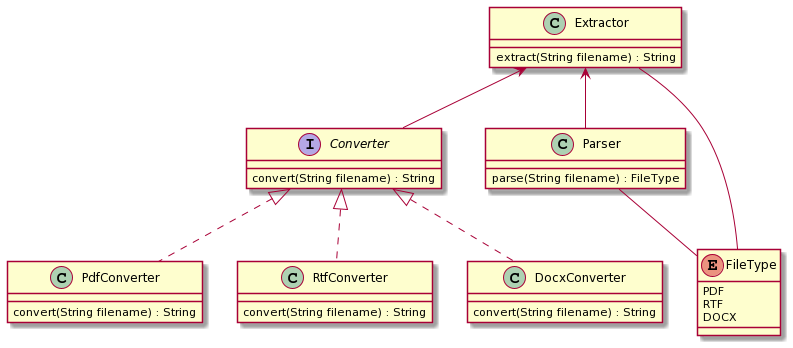
Before: staticUML.png, a diagram exported from PlantUML (sabinadayanova/text-extractor).
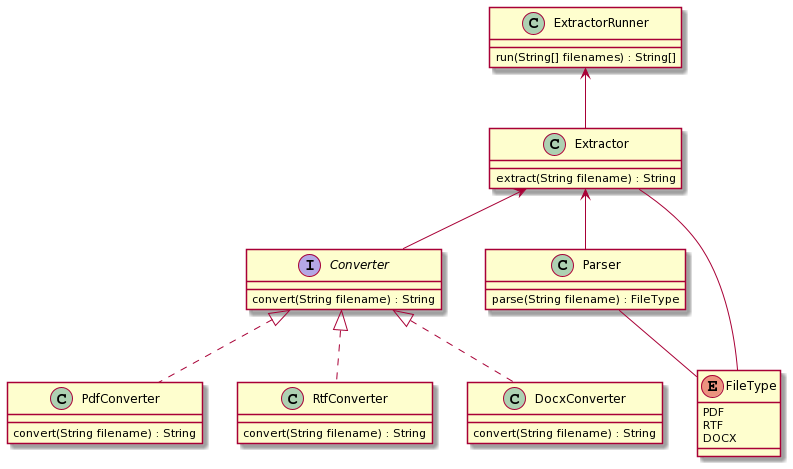
After the commit.

Change to the diagram source:
```diff
@@ -1,6 +1,10 @@
 @startuml
 Class Extractor {
 extract(String filename) : String
+}
+
+Class ExtractorRunner {
+run(String[] filenames) : String[]
 }
 
 Interface Converter {
@@ -29,6 +33,8 @@
 DOCX
 }
 
+ExtractorRunner <-- Extractor
+
 Extractor <-- Parser
 Extractor <-- Converter
 
```
